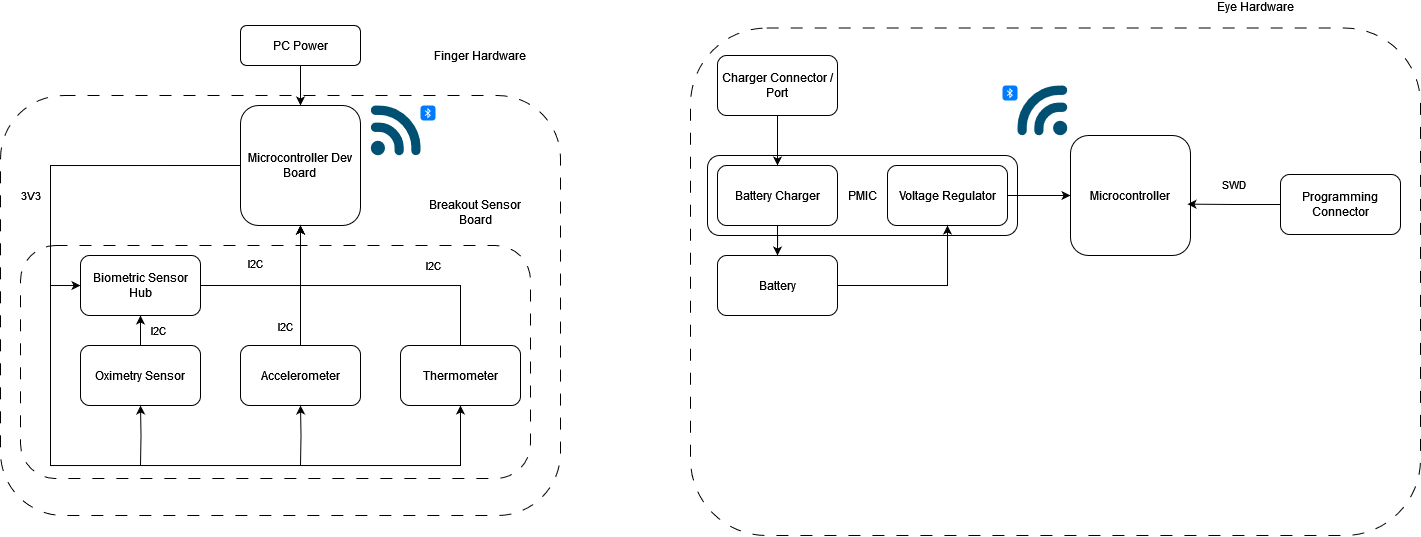
The draw.io diagram Sleep Tracker PoC.drawio.png in o-roman/SleepTracker, before a commit. Source tidied: cells renumbered, new cells last; positions are measured from the earlier drawing's top-left corner, leaving out a move shared by most shapes.
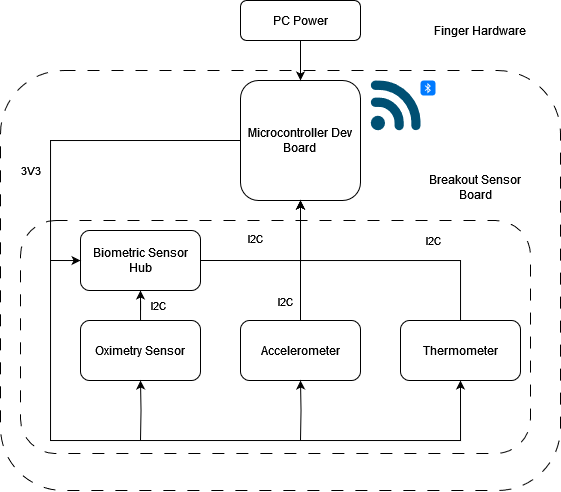
Above is the later version.

Diff of the diagram source:
```diff
@@ -2,9 +2,6 @@
   <root>
     <mxCell id="0" />
     <mxCell id="1" parent="0" />
-    <mxCell id="2" value="&lt;p style=&quot;line-height: 120%;&quot;&gt;PMIC&lt;/p&gt;" style="rounded=1;whiteSpace=wrap;html=1;fillColor=none;" parent="1" vertex="1">
-      <mxGeometry x="707" y="130" width="310" height="80" as="geometry" />
-    </mxCell>
     <mxCell id="3" value="Finger Hardware" style="rounded=1;whiteSpace=wrap;html=1;fillColor=none;dashed=1;dashPattern=12 12;spacingTop=-500;spacingRight=0;spacingLeft=400;fontColor=#000000;" parent="1" vertex="1">
       <mxGeometry y="70" width="560" height="420" as="geometry" />
     </mxCell>
@@ -108,62 +105,11 @@
     <mxCell id="24" value="PC Power" style="rounded=1;whiteSpace=wrap;html=1;fontColor=#000000;" parent="1" vertex="1">
       <mxGeometry x="240" width="120" height="40" as="geometry" />
     </mxCell>
-    <mxCell id="25" value="&lt;div&gt;Eye Hardware&lt;/div&gt;" style="rounded=1;whiteSpace=wrap;html=1;fillColor=none;dashed=1;dashPattern=12 12;spacingTop=-550;spacingRight=0;spacingLeft=400;fontColor=#000000;" parent="1" vertex="1">
-      <mxGeometry x="690" y="2.5" width="730" height="507.5" as="geometry" />
-    </mxCell>
-    <mxCell id="26" value="&lt;div&gt;Microcontroller&lt;br&gt;&lt;/div&gt;" style="rounded=1;whiteSpace=wrap;html=1;fontColor=#000000;" parent="1" vertex="1">
-      <mxGeometry x="1070" y="110" width="120" height="120" as="geometry" />
-    </mxCell>
-    <mxCell id="27" style="edgeStyle=orthogonalEdgeStyle;rounded=0;jettySize=auto;html=1;entryX=0.975;entryY=0.572;entryDx=0;entryDy=0;entryPerimeter=0;" parent="1" edge="1" source="29" target="26">
-      <mxGeometry relative="1" as="geometry" />
-    </mxCell>
-    <mxCell id="28" value="SWD" style="edgeLabel;html=1;align=center;verticalAlign=middle;" parent="27" vertex="1">
-      <mxGeometry x="0.13" y="2" relative="1" as="geometry">
-        <mxPoint x="5" y="-22" as="offset" />
-      </mxGeometry>
-    </mxCell>
-    <mxCell id="29" value="Programming Connector" style="rounded=1;whiteSpace=wrap;html=1;" parent="1" vertex="1">
-      <mxGeometry x="1280" y="149" width="120" height="60" as="geometry" />
-    </mxCell>
-    <mxCell id="30" style="edgeStyle=orthogonalEdgeStyle;rounded=0;jettySize=auto;html=1;" parent="1" edge="1" source="31" target="26">
-      <mxGeometry relative="1" as="geometry" />
-    </mxCell>
-    <mxCell id="31" value="Voltage Regulator" style="rounded=1;whiteSpace=wrap;html=1;" parent="1" vertex="1">
-      <mxGeometry x="887" y="140" width="120" height="60" as="geometry" />
-    </mxCell>
-    <mxCell id="32" style="edgeStyle=orthogonalEdgeStyle;rounded=0;jettySize=auto;html=1;exitX=1;exitY=0.5;exitDx=0;exitDy=0;entryX=0.5;entryY=1;entryDx=0;entryDy=0;" parent="1" edge="1" source="33" target="31">
-      <mxGeometry relative="1" as="geometry">
-        <Array as="points">
-          <mxPoint x="947" y="260" />
-        </Array>
-      </mxGeometry>
-    </mxCell>
-    <mxCell id="33" value="Battery" style="rounded=1;whiteSpace=wrap;html=1;" parent="1" vertex="1">
-      <mxGeometry x="717" y="230" width="120" height="60" as="geometry" />
-    </mxCell>
-    <mxCell id="34" style="edgeStyle=orthogonalEdgeStyle;rounded=0;jettySize=auto;html=1;entryX=0.5;entryY=0;entryDx=0;entryDy=0;" parent="1" edge="1" source="35" target="33">
-      <mxGeometry relative="1" as="geometry" />
-    </mxCell>
-    <mxCell id="35" value="Battery Charger" style="rounded=1;whiteSpace=wrap;html=1;" parent="1" vertex="1">
-      <mxGeometry x="717" y="140" width="120" height="60" as="geometry" />
-    </mxCell>
-    <mxCell id="36" style="edgeStyle=orthogonalEdgeStyle;rounded=0;jettySize=auto;html=1;" parent="1" edge="1" source="37" target="35">
-      <mxGeometry relative="1" as="geometry" />
-    </mxCell>
-    <mxCell id="37" value="Charger Connector / Port" style="rounded=1;whiteSpace=wrap;html=1;" parent="1" vertex="1">
-      <mxGeometry x="717" y="30" width="120" height="60" as="geometry" />
-    </mxCell>
     <mxCell id="38" style="verticalLabelPosition=bottom;sketch=0;html=1;verticalAlign=top;align=center;shape=mxgraph.cisco19.3g_4g_indicator;fillColor=#005073;strokeColor=none;flipH=0;" parent="1" vertex="1">
       <mxGeometry x="370" y="80" width="50" height="50" as="geometry" />
     </mxCell>
-    <mxCell id="39" style="verticalLabelPosition=bottom;sketch=0;html=1;verticalAlign=top;align=center;shape=mxgraph.cisco19.3g_4g_indicator;fillColor=#005073;strokeColor=none;flipH=1;" parent="1" vertex="1">
-      <mxGeometry x="1017" y="60" width="50" height="50" as="geometry" />
-    </mxCell>
     <mxCell id="40" style="html=1;strokeWidth=1;shadow=0;dashed=0;shape=mxgraph.ios7.misc.bluetooth;fillColor=#007AFF;strokeColor=none;buttonText=;strokeColor2=#222222;fontColor=#222222;fontSize=8;verticalLabelPosition=bottom;verticalAlign=top;align=center;sketch=0;" parent="1" vertex="1">
       <mxGeometry x="420" y="80" width="15" height="15" as="geometry" />
     </mxCell>
-    <mxCell id="41" style="html=1;strokeWidth=1;shadow=0;dashed=0;shape=mxgraph.ios7.misc.bluetooth;fillColor=#007AFF;strokeColor=none;buttonText=;strokeColor2=#222222;fontColor=#222222;fontSize=8;verticalLabelPosition=bottom;verticalAlign=top;align=center;sketch=0;" parent="1" vertex="1">
-      <mxGeometry x="1002" y="60" width="15" height="15" as="geometry" />
-    </mxCell>
   </root>
 </mxGraphModel>
```
